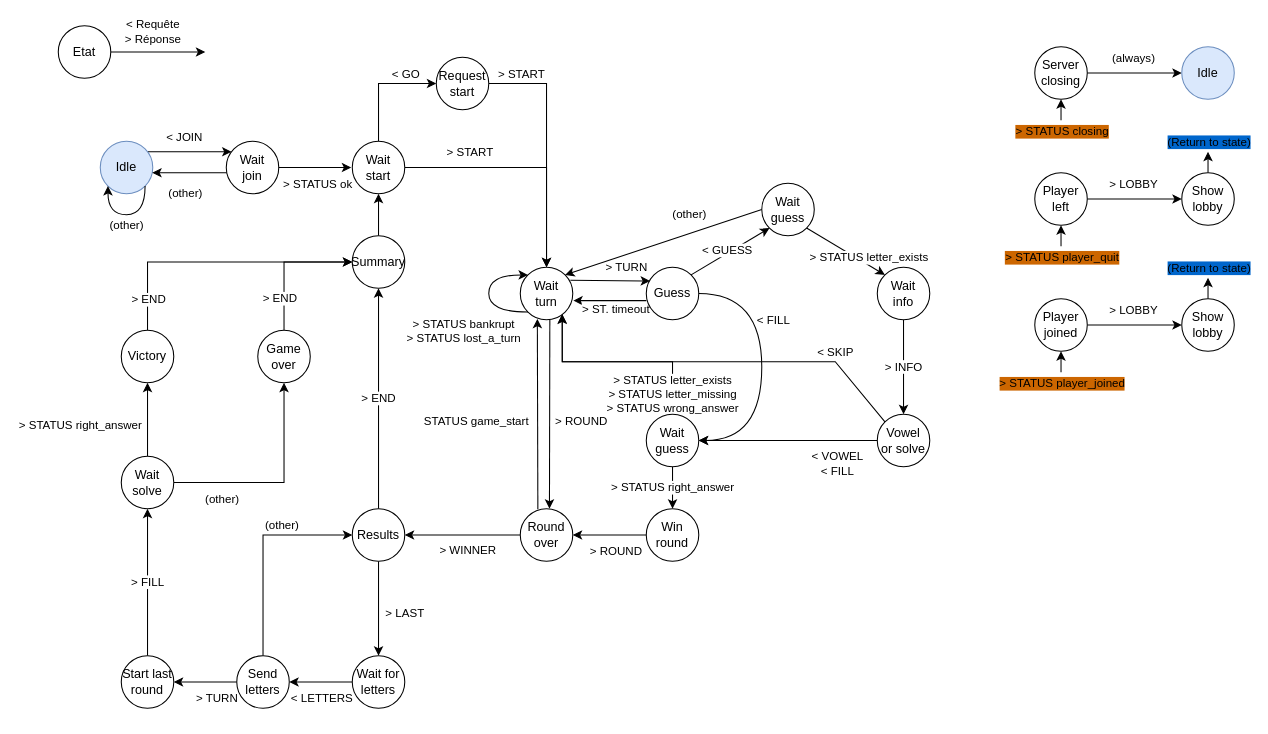
Before: docs/drawio/client_lifecycle.drawio in lentidas/DAI-2425-PW2, a draw.io diagram. Source tidied: cells renumbered, new cells numbered last; positions are measured from the earlier drawing's top-left corner, leaving out a move shared by most shapes. Both pictures are drawn from the tidied source at 105%, with x=0, y=0 at pixel (58, 25).
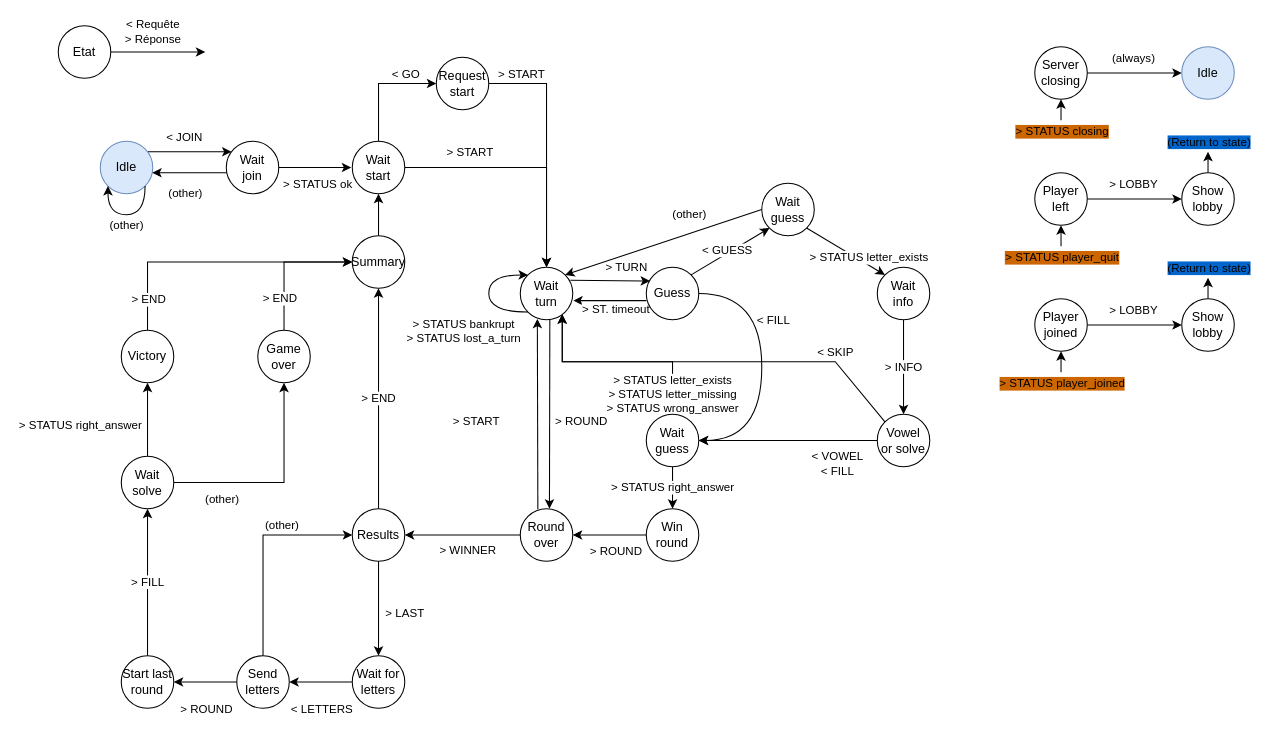
The same diagram, later.

Unchanged cells that the change refers to:
```xml
<mxCell id="63" style="rounded=0;jettySize=auto;html=1;exitX=0.335;exitY=0.011;exitDx=0;exitDy=0;entryX=0.325;entryY=0.984;entryDx=0;entryDy=0;entryPerimeter=0;exitPerimeter=0;" parent="1" edge="1" source="66" target="28">
  <mxGeometry relative="1" as="geometry" />
</mxCell>
<mxCell id="98" style="edgeStyle=orthogonalEdgeStyle;rounded=0;jettySize=auto;html=1;entryX=1;entryY=0.5;entryDx=0;entryDy=0;exitX=0;exitY=0.5;exitDx=0;exitDy=0;" parent="1" edge="1" source="102" target="77">
  <mxGeometry relative="1" as="geometry" />
</mxCell>
<mxCell id="103" style="edgeStyle=orthogonalEdgeStyle;rounded=0;jettySize=auto;html=1;exitX=0;exitY=0.5;exitDx=0;exitDy=0;entryX=1;entryY=0.5;entryDx=0;entryDy=0;" parent="1" edge="1" source="105" target="102">
  <mxGeometry relative="1" as="geometry" />
</mxCell>
```

What changed in the source:
```diff
@@
-    <mxCell id="64" value="STATUS game_start" style="edgeLabel;html=1;align=center;verticalAlign=middle;" parent="63" vertex="1">
+    <mxCell id="64" value="&amp;gt; START" style="edgeLabel;html=1;align=center;verticalAlign=middle;" parent="63" vertex="1">
       <mxGeometry x="0.12" y="3" relative="1" as="geometry">
         <mxPoint x="-56" y="18" as="offset" />
       </mxGeometry>
     </mxCell>
@@
-    <mxCell id="99" value="&amp;gt; TURN" style="edgeLabel;html=1;align=center;verticalAlign=middle;" parent="98" vertex="1">
+    <mxCell id="99" value="&amp;gt; ROUND" style="edgeLabel;html=1;align=center;verticalAlign=middle;" parent="98" vertex="1">
       <mxGeometry x="-0.23" y="1" relative="1" as="geometry">
-        <mxPoint x="3" y="14" as="offset" />
+        <mxPoint x="-7" y="24" as="offset" />
       </mxGeometry>
     </mxCell>
@@
     <mxCell id="104" value="&amp;lt; LETTERS" style="edgeLabel;html=1;align=center;verticalAlign=middle;" parent="103" vertex="1">
       <mxGeometry x="-0.11" y="3" relative="1" as="geometry">
-        <mxPoint x="-3" y="12" as="offset" />
+        <mxPoint x="-3" y="22" as="offset" />
       </mxGeometry>
     </mxCell>
```
